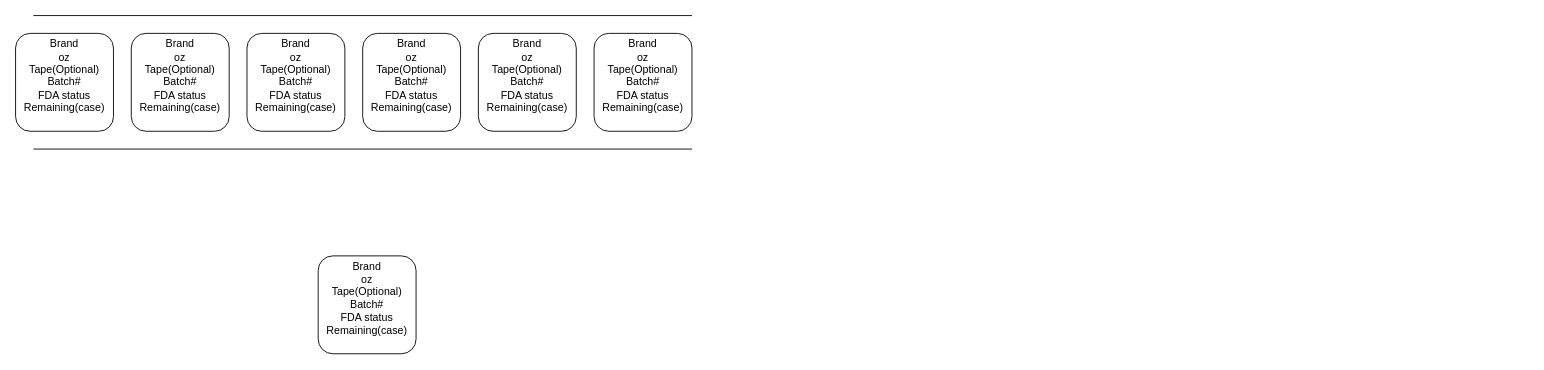
honchingli/Fall2025-Spring2026 keeps this draw.io diagram as warehouse_layout_tmp/warehouse_layout.drawio. Above is the earlier version. Source tidied: cells renumbered, new cells numbered last; positions are measured from the earlier drawing's top-left corner, leaving out a move shared by most shapes. Both pictures are drawn from the tidied source at 89%, with x=0, y=0 at pixel (15, 15).
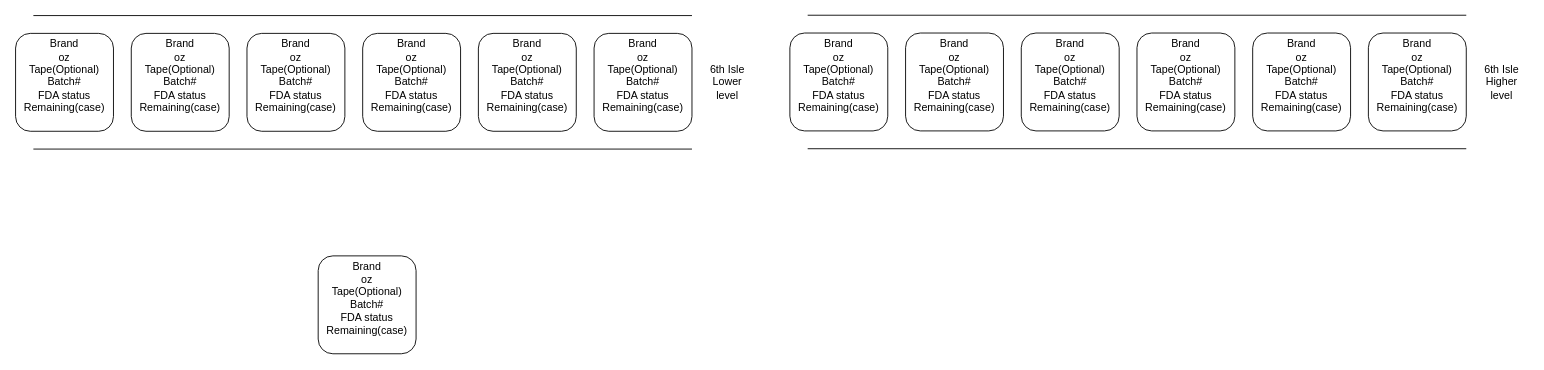
The same diagram, later.

Change to the diagram source:
```diff
@@
+    <mxCell id="11" value="6th Isle&lt;div&gt;Lower level&lt;/div&gt;" style="text;html=1;whiteSpace=wrap;strokeColor=none;fillColor=none;align=center;verticalAlign=middle;rounded=0;" parent="1" vertex="1">
+      <mxGeometry x="770" y="60" width="60" height="30" as="geometry" />
+    </mxCell>
+    <mxCell id="12" style="endArrow=none;html=1;rounded=0;" parent="1" edge="1">
+      <mxGeometry relative="1" as="geometry">
+        <mxPoint x="890" y="-0.4" as="sourcePoint" />
+        <mxPoint x="1630" y="-0.4" as="targetPoint" />
+      </mxGeometry>
+    </mxCell>
+    <mxCell id="13" style="endArrow=none;html=1;rounded=0;" parent="1" edge="1">
+      <mxGeometry relative="1" as="geometry">
+        <mxPoint x="890" y="149.6" as="sourcePoint" />
+        <mxPoint x="1630" y="149.6" as="targetPoint" />
+      </mxGeometry>
+    </mxCell>
+    <mxCell id="14" value="Brand&lt;div&gt;oz&lt;/div&gt;&lt;div&gt;Tape(Optional)&lt;/div&gt;&lt;div&gt;Batch#&lt;/div&gt;&lt;div&gt;FDA status&lt;/div&gt;&lt;div&gt;Remaining(case)&lt;/div&gt;&lt;div&gt;&lt;br&gt;&lt;/div&gt;" style="rounded=1;whiteSpace=wrap;html=1;" parent="1" vertex="1">
+      <mxGeometry x="1520" y="19.6" width="110" height="110" as="geometry" />
+    </mxCell>
+    <mxCell id="15" value="Brand&lt;div&gt;oz&lt;/div&gt;&lt;div&gt;Tape(Optional)&lt;/div&gt;&lt;div&gt;Batch#&lt;/div&gt;&lt;div&gt;FDA status&lt;/div&gt;&lt;div&gt;Remaining(case)&lt;/div&gt;&lt;div&gt;&lt;br&gt;&lt;/div&gt;" style="rounded=1;whiteSpace=wrap;html=1;" parent="1" vertex="1">
+      <mxGeometry x="1390" y="19.6" width="110" height="110" as="geometry" />
+    </mxCell>
+    <mxCell id="16" value="Brand&lt;div&gt;oz&lt;/div&gt;&lt;div&gt;Tape(Optional)&lt;/div&gt;&lt;div&gt;Batch#&lt;/div&gt;&lt;div&gt;FDA status&lt;/div&gt;&lt;div&gt;Remaining(case)&lt;/div&gt;&lt;div&gt;&lt;br&gt;&lt;/div&gt;" style="rounded=1;whiteSpace=wrap;html=1;" parent="1" vertex="1">
+      <mxGeometry x="1260" y="19.6" width="110" height="110" as="geometry" />
+    </mxCell>
+    <mxCell id="17" value="Brand&lt;div&gt;oz&lt;/div&gt;&lt;div&gt;Tape(Optional)&lt;/div&gt;&lt;div&gt;Batch#&lt;/div&gt;&lt;div&gt;FDA status&lt;/div&gt;&lt;div&gt;Remaining(case)&lt;/div&gt;&lt;div&gt;&lt;br&gt;&lt;/div&gt;" style="rounded=1;whiteSpace=wrap;html=1;" parent="1" vertex="1">
+      <mxGeometry x="1130" y="19.6" width="110" height="110" as="geometry" />
+    </mxCell>
+    <mxCell id="18" value="Brand&lt;div&gt;oz&lt;/div&gt;&lt;div&gt;Tape(Optional)&lt;/div&gt;&lt;div&gt;Batch#&lt;/div&gt;&lt;div&gt;FDA status&lt;/div&gt;&lt;div&gt;Remaining(case)&lt;/div&gt;&lt;div&gt;&lt;br&gt;&lt;/div&gt;" style="rounded=1;whiteSpace=wrap;html=1;" parent="1" vertex="1">
+      <mxGeometry x="1000" y="19.6" width="110" height="110" as="geometry" />
+    </mxCell>
+    <mxCell id="19" value="Brand&lt;div&gt;oz&lt;/div&gt;&lt;div&gt;Tape(Optional)&lt;/div&gt;&lt;div&gt;Batch#&lt;/div&gt;&lt;div&gt;FDA status&lt;/div&gt;&lt;div&gt;Remaining(case)&lt;/div&gt;&lt;div&gt;&lt;br&gt;&lt;/div&gt;" style="rounded=1;whiteSpace=wrap;html=1;" parent="1" vertex="1">
+      <mxGeometry x="870" y="19.6" width="110" height="110" as="geometry" />
+    </mxCell>
+    <mxCell id="20" value="6th Isle&lt;div&gt;Higher level&lt;/div&gt;" style="text;html=1;whiteSpace=wrap;strokeColor=none;fillColor=none;align=center;verticalAlign=middle;rounded=0;" parent="1" vertex="1">
+      <mxGeometry x="1640" y="59.6" width="60" height="30" as="geometry" />
+    </mxCell>
```
